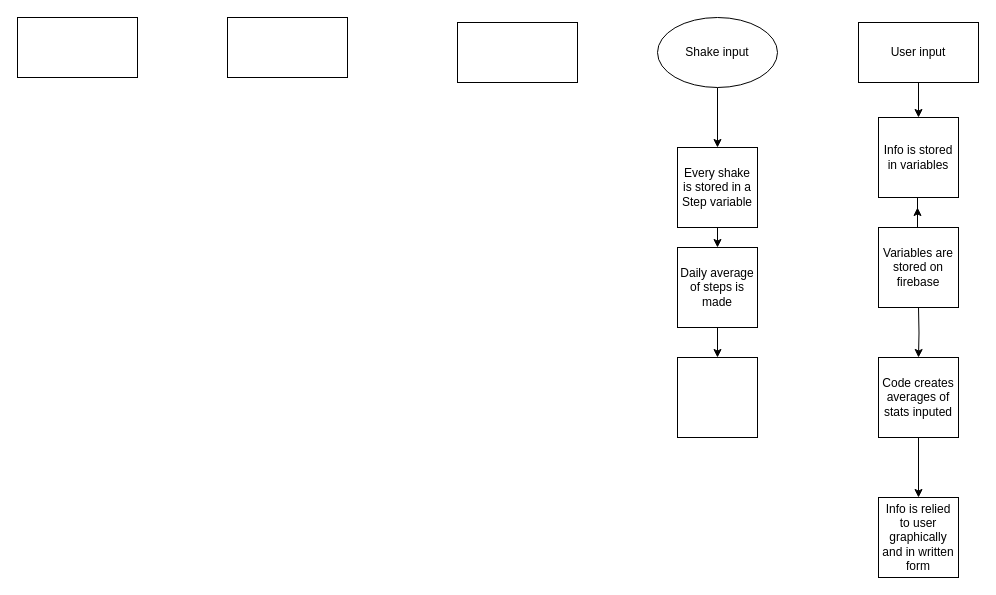
This is Untitled Diagram.drawio from davidlandy05/5th-year, a draw.io file, before an edit. Source tidied: cells renumbered, new cells numbered last; positions are measured from the earlier drawing's top-left corner, leaving out a move shared by most shapes. Both pictures are drawn from the tidied source at 100%, with x=0, y=0 at pixel (17, 17).
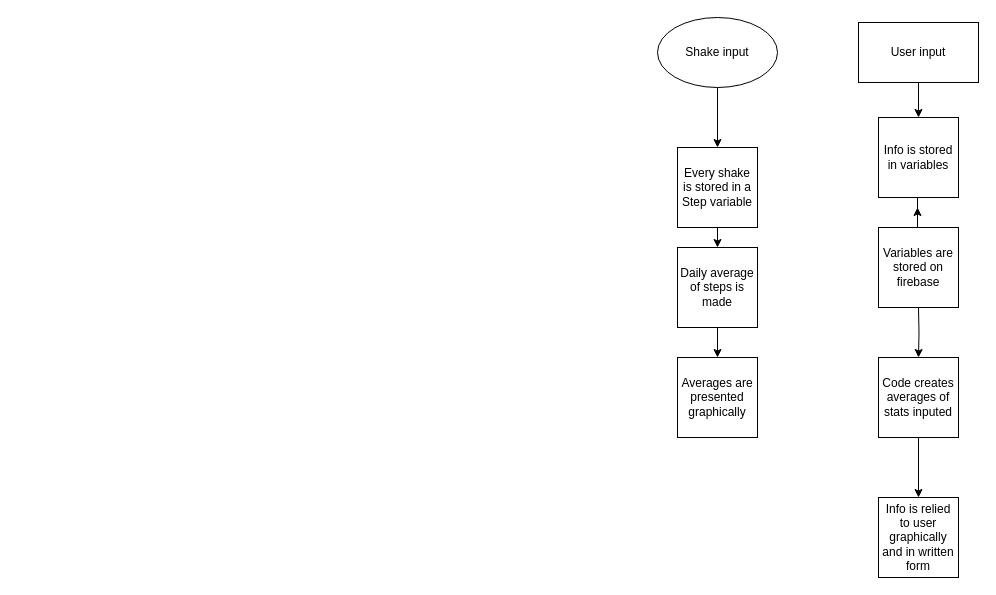
The same page after the edit.

The edit, as a diff of the source:
```diff
@@
-    <mxCell id="15" style="whiteSpace=wrap;html=1;" parent="1" vertex="1">
+    <mxCell id="15" value="Averages are presented graphically" style="whiteSpace=wrap;html=1;" parent="1" vertex="1">
       <mxGeometry x="660" y="340" width="80" height="80" as="geometry" />
     </mxCell>
@@
-    <mxCell id="18" style="rounded=0;whiteSpace=wrap;html=1;" parent="1" vertex="1">
-      <mxGeometry x="440" y="5" width="120" height="60" as="geometry" />
-    </mxCell>
-    <mxCell id="19" style="rounded=0;whiteSpace=wrap;html=1;" parent="1" vertex="1">
-      <mxGeometry x="210" width="120" height="60" as="geometry" />
-    </mxCell>
-    <mxCell id="20" style="rounded=0;whiteSpace=wrap;html=1;" parent="1" vertex="1">
-      <mxGeometry width="120" height="60" as="geometry" />
-    </mxCell>
```
